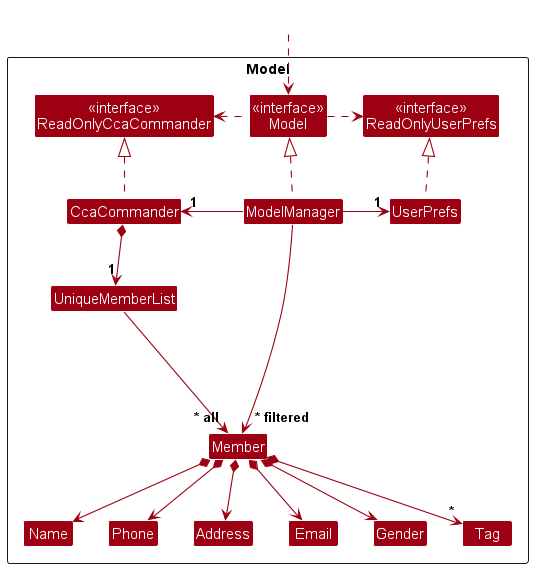
nus-cs2103-AY2324S1/tp keeps this PlantUML diagram as docs/images/ModelClassDiagram.png. Above is the earlier version.
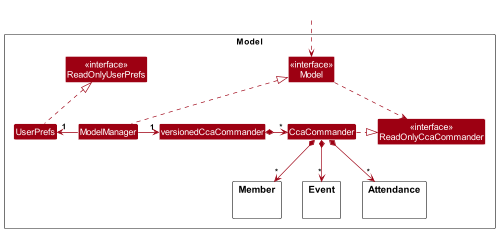
After the commit.

Commit message:
Fix model diagram

Change to the diagram source:
```diff
@@ -4,22 +4,27 @@
 skinparam arrowColor MODEL_COLOR
 skinparam classBackgroundColor MODEL_COLOR
 
+
 Package Model as ModelPackage <<Rectangle>>{
 Class "<<interface>>\nReadOnlyCcaCommander" as ReadOnlyCcaCommander
 Class "<<interface>>\nReadOnlyUserPrefs" as ReadOnlyUserPrefs
 Class "<<interface>>\nModel" as Model
 Class CcaCommander
+Class versionedCcaCommander
 Class ModelManager
 Class UserPrefs
 
-Class UniqueMemberList
-Class Member
-Class Address
-Class Email
-Class Gender
-Class Name
-Class Phone
-Class Tag
+Package Member {
+}
+
+Package Event {
+}
+
+
+
+Package Attendance {
+}
+
 
 Class I #FFFFFF
 }
@@ -27,30 +32,20 @@
 Class HiddenOutside #FFFFFF
 HiddenOutside ..> Model
 
-CcaCommander .up.|> ReadOnlyCcaCommander
+CcaCommander .right.|> ReadOnlyCcaCommander
 
 ModelManager .up.|> Model
-Model .right.> ReadOnlyUserPrefs
-Model .left.> ReadOnlyCcaCommander
-ModelManager -left-> "1" CcaCommander
-ModelManager -right-> "1" UserPrefs
+Model .right.> ReadOnlyCcaCommander
+ModelManager -right-> "1" versionedCcaCommander
+versionedCcaCommander *-right-> "*" CcaCommander
+
+ModelManager -left-> "1" UserPrefs
 UserPrefs .up.|> ReadOnlyUserPrefs
 
-CcaCommander *--> "1" UniqueMemberList
-UniqueMemberList --> "~* all" Member
-Member *--> Name
-Member *--> Gender
-Member *--> Phone
-Member *--> Email
-Member *--> Address
-Member *--> "*" Tag
+CcaCommander *--> "*" Member
+CcaCommander *--> "*" Event
+CcaCommander *--> "*" Attendance
 
-Member -[hidden]up--> I
-UniqueMemberList -[hidden]right-> I
 
-Name -[hidden]right-> Phone
-Phone -[hidden]right-> Address
-Address -[hidden]right-> Email
 
-ModelManager --> "~* filtered" Member
 @enduml
```
